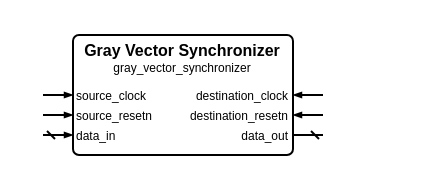
This is sources/timing/gray_vector_synchronizer/gray_vector_synchronizer.symbol.drawio from Louis-DR/OmniCores-BuildingBlocks, a draw.io file, before an edit. Source tidied: cells renumbered, new cells numbered last; positions are measured from the earlier drawing's top-left corner, leaving out a move shared by most shapes. Both pictures are drawn from the tidied source at 200%, with x=0, y=0 at pixel (42, 34).
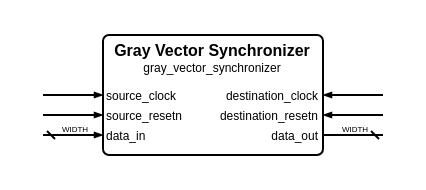
After the change.

Diff of the diagram source:
```diff
@@
     <mxCell id="2" style="group;" parent="1" vertex="1">
-      <mxGeometry width="140" height="60" as="geometry" />
+      <mxGeometry width="170" height="60" as="geometry" />
     </mxCell>
     <mxCell id="3" style="rounded=1;arcSize=5;fillColor=none;strokeWidth=1;strokeColor=black;whiteSpace=wrap;html=1;" parent="2" vertex="1">
-      <mxGeometry x="15" width="110" height="60" as="geometry" />
+      <mxGeometry x="30" width="110" height="60" as="geometry" />
     </mxCell>
     <mxCell id="4" value="Gray Vector Synchronizer" style="text;html=1;align=center;verticalAlign=middle;whiteSpace=wrap;rounded=0;fontSize=8;fontStyle=1;fontColor=black;" parent="2" vertex="1">
-      <mxGeometry x="15" y="7" width="110" as="geometry" />
+      <mxGeometry x="30" y="7" width="110" as="geometry" />
     </mxCell>
     <mxCell id="5" value="gray_vector_synchronizer" style="text;html=1;align=center;verticalAlign=middle;whiteSpace=wrap;rounded=0;fontSize=6;fontStyle=0;fontColor=black;" parent="2" vertex="1">
-      <mxGeometry x="15" y="16" width="110" as="geometry" />
+      <mxGeometry x="30" y="16" width="110" as="geometry" />
     </mxCell>
     <mxCell id="6" value="source_clock" style="text;html=1;align=left;verticalAlign=middle;whiteSpace=wrap;rounded=0;fontSize=6;fontStyle=0;fontColor=black;" parent="2" vertex="1">
-      <mxGeometry x="15" y="30" width="110" as="geometry" />
+      <mxGeometry x="30" y="30" width="110" as="geometry" />
     </mxCell>
     <mxCell id="7" style="html=1;rounded=1;strokeWidth=1;strokeColor=black;startFill=0;startSize=2;startArrow=none;endFill=1;endSize=2;endArrow=blockThin;sourcePerimeterSpacing=0;" parent="2" edge="1">
       <mxGeometry relative="1" as="geometry">
         <mxPoint y="30" as="sourcePoint" />
-        <mxPoint x="15" y="30" as="targetPoint" />
+        <mxPoint x="30" y="30" as="targetPoint" />
       </mxGeometry>
     </mxCell>
     <mxCell id="8" value="destination_clock" style="text;html=1;align=right;verticalAlign=middle;whiteSpace=wrap;rounded=0;fontSize=6;fontStyle=0;fontColor=black;" parent="2" vertex="1">
-      <mxGeometry x="15" y="30" width="110" as="geometry" />
+      <mxGeometry x="30" y="30" width="110" as="geometry" />
     </mxCell>
     <mxCell id="9" style="html=1;rounded=1;strokeWidth=1;strokeColor=black;startFill=0;startSize=2;startArrow=none;endFill=1;endSize=2;endArrow=blockThin;sourcePerimeterSpacing=0;" parent="2" edge="1">
       <mxGeometry relative="1" as="geometry">
-        <mxPoint x="140" y="30" as="sourcePoint" />
-        <mxPoint x="125" y="30" as="targetPoint" />
+        <mxPoint x="170" y="30" as="sourcePoint" />
+        <mxPoint x="140" y="30" as="targetPoint" />
       </mxGeometry>
     </mxCell>
     <mxCell id="10" value="source_resetn" style="text;html=1;align=left;verticalAlign=middle;whiteSpace=wrap;rounded=0;fontSize=6;fontStyle=0;fontColor=black;" parent="2" vertex="1">
-      <mxGeometry x="15" y="40" width="110" as="geometry" />
+      <mxGeometry x="30" y="40" width="110" as="geometry" />
     </mxCell>
     <mxCell id="11" style="html=1;rounded=1;strokeWidth=1;strokeColor=black;startFill=0;startSize=2;startArrow=none;endFill=1;endSize=2;endArrow=blockThin;sourcePerimeterSpacing=0;" parent="2" edge="1">
       <mxGeometry relative="1" as="geometry">
         <mxPoint y="40" as="sourcePoint" />
-        <mxPoint x="15" y="40" as="targetPoint" />
+        <mxPoint x="30" y="40" as="targetPoint" />
       </mxGeometry>
     </mxCell>
     <mxCell id="12" value="destination_resetn" style="text;html=1;align=right;verticalAlign=middle;whiteSpace=wrap;rounded=0;fontSize=6;fontStyle=0;fontColor=black;" parent="2" vertex="1">
-      <mxGeometry x="15" y="40" width="110" as="geometry" />
+      <mxGeometry x="30" y="40" width="110" as="geometry" />
     </mxCell>
     <mxCell id="13" style="html=1;rounded=1;strokeWidth=1;strokeColor=black;startFill=0;startSize=2;startArrow=none;endFill=1;endSize=2;endArrow=blockThin;sourcePerimeterSpacing=0;" parent="2" edge="1">
       <mxGeometry relative="1" as="geometry">
-        <mxPoint x="140" y="40" as="sourcePoint" />
-        <mxPoint x="125" y="40" as="targetPoint" />
+        <mxPoint x="170" y="40" as="sourcePoint" />
+        <mxPoint x="140" y="40" as="targetPoint" />
       </mxGeometry>
     </mxCell>
     <mxCell id="14" value="data_in" style="text;html=1;align=left;verticalAlign=middle;whiteSpace=wrap;rounded=0;fontSize=6;fontStyle=0;fontColor=black;" parent="2" vertex="1">
-      <mxGeometry x="15" y="50" width="110" as="geometry" />
+      <mxGeometry x="30" y="50" width="110" as="geometry" />
     </mxCell>
     <mxCell id="15" style="html=1;rounded=1;strokeWidth=1;strokeColor=black;startFill=0;startSize=2;startArrow=dash;endFill=1;endSize=2;endArrow=blockThin;sourcePerimeterSpacing=0;" parent="2" edge="1">
       <mxGeometry relative="1" as="geometry">
         <mxPoint y="50" as="sourcePoint" />
-        <mxPoint x="15" y="50" as="targetPoint" />
+        <mxPoint x="30" y="50" as="targetPoint" />
       </mxGeometry>
     </mxCell>
+    <mxCell id="18" value="WIDTH" style="text;html=1;align=center;verticalAlign=middle;whiteSpace=nowrap;rounded=0;fontSize=4;fontStyle=0;fontColor=black;" parent="2" vertex="1">
+      <mxGeometry x="15" y="47" as="geometry" />
+    </mxCell>
     <mxCell id="16" value="data_out" style="text;html=1;align=right;verticalAlign=middle;whiteSpace=wrap;rounded=0;fontSize=6;fontStyle=0;fontColor=black;" parent="2" vertex="1">
-      <mxGeometry x="15" y="50" width="110" as="geometry" />
+      <mxGeometry x="30" y="50" width="110" as="geometry" />
     </mxCell>
     <mxCell id="17" style="html=1;rounded=1;strokeWidth=1;strokeColor=black;startFill=0;startSize=2;startArrow=dash;endFill=1;endSize=2;endArrow=none;sourcePerimeterSpacing=0;" parent="2" edge="1">
       <mxGeometry relative="1" as="geometry">
-        <mxPoint x="140" y="50" as="sourcePoint" />
-        <mxPoint x="125" y="50" as="targetPoint" />
+        <mxPoint x="170" y="50" as="sourcePoint" />
+        <mxPoint x="140" y="50" as="targetPoint" />
       </mxGeometry>
     </mxCell>
+    <mxCell id="19" value="WIDTH" style="text;html=1;align=center;verticalAlign=middle;whiteSpace=nowrap;rounded=0;fontSize=4;fontStyle=0;fontColor=black;" parent="2" vertex="1">
+      <mxGeometry x="155" y="47" as="geometry" />
+    </mxCell>
```
